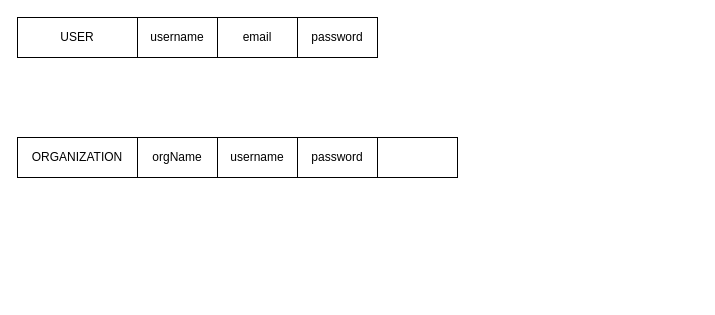
Earlier version of the draw.io diagram RELATIONAL_SCHEMA.drawio (zorojuro75/CSE303-sec-03-Group-03). Source tidied: cells renumbered, new cells numbered last; positions are measured from the earlier drawing's top-left corner, leaving out a move shared by most shapes. Both pictures are drawn from the tidied source at 100%, with x=0, y=0 at pixel (17, 17).
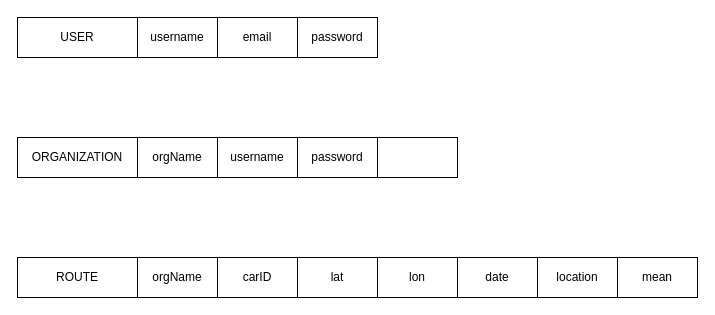
After the change.

Change to the diagram source:
```diff
@@
+    <mxCell id="12" style="rounded=0;whiteSpace=wrap;html=1;" parent="1" vertex="1">
+      <mxGeometry y="240" width="680" height="40" as="geometry" />
+    </mxCell>
+    <mxCell id="13" value="ROUTE" style="rounded=0;whiteSpace=wrap;html=1;" parent="1" vertex="1">
+      <mxGeometry y="240" width="120" height="40" as="geometry" />
+    </mxCell>
+    <mxCell id="14" value="orgName" style="rounded=0;whiteSpace=wrap;html=1;" parent="1" vertex="1">
+      <mxGeometry x="120" y="240" width="80" height="40" as="geometry" />
+    </mxCell>
+    <mxCell id="15" value="carID" style="rounded=0;whiteSpace=wrap;html=1;" parent="1" vertex="1">
+      <mxGeometry x="200" y="240" width="80" height="40" as="geometry" />
+    </mxCell>
+    <mxCell id="16" value="lat" style="rounded=0;whiteSpace=wrap;html=1;" parent="1" vertex="1">
+      <mxGeometry x="280" y="240" width="80" height="40" as="geometry" />
+    </mxCell>
+    <mxCell id="17" value="lon" style="rounded=0;whiteSpace=wrap;html=1;" parent="1" vertex="1">
+      <mxGeometry x="360" y="240" width="80" height="40" as="geometry" />
+    </mxCell>
+    <mxCell id="18" value="date" style="rounded=0;whiteSpace=wrap;html=1;" parent="1" vertex="1">
+      <mxGeometry x="440" y="240" width="80" height="40" as="geometry" />
+    </mxCell>
+    <mxCell id="19" value="location" style="rounded=0;whiteSpace=wrap;html=1;" parent="1" vertex="1">
+      <mxGeometry x="520" y="240" width="80" height="40" as="geometry" />
+    </mxCell>
+    <mxCell id="20" value="mean" style="rounded=0;whiteSpace=wrap;html=1;" parent="1" vertex="1">
+      <mxGeometry x="600" y="240" width="80" height="40" as="geometry" />
+    </mxCell>
```
